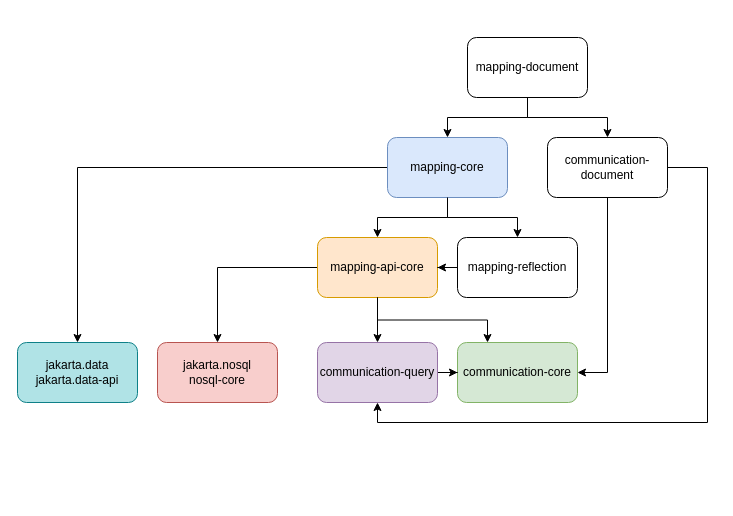
Above: page "第 2 页" (2 of 2) of store.drawio in zhongchun/daily (draw.io), before the change. Source tidied: cells renumbered, new cells numbered last; positions are measured from the earlier drawing's top-left corner, leaving out a move shared by most shapes. Both pictures are drawn from the tidied source at 100%, with x=0, y=0 at pixel (17, 37).
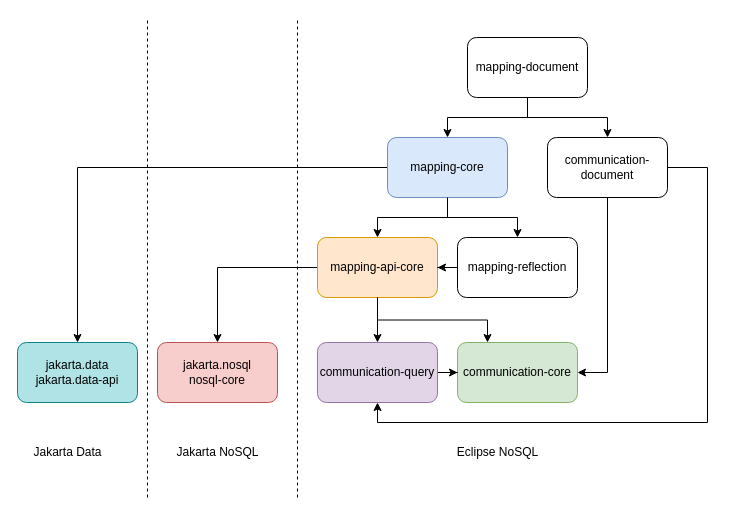
Above is the later version.

What changed in the source:
```diff
@@
+    <mxCell id="23" style="endArrow=none;dashed=1;html=1;rounded=0;" parent="1" edge="1">
+      <mxGeometry relative="1" as="geometry">
+        <mxPoint x="280" y="460" as="sourcePoint" />
+        <mxPoint x="280" y="-20" as="targetPoint" />
+      </mxGeometry>
+    </mxCell>
+    <mxCell id="24" style="endArrow=none;dashed=1;html=1;rounded=0;" parent="1" edge="1">
+      <mxGeometry relative="1" as="geometry">
+        <mxPoint x="130" y="460" as="sourcePoint" />
+        <mxPoint x="130" y="-20" as="targetPoint" />
+      </mxGeometry>
+    </mxCell>
+    <mxCell id="25" value="Eclipse NoSQL" style="text;html=1;align=center;verticalAlign=middle;strokeColor=none;fillColor=none;" parent="1" vertex="1">
+      <mxGeometry x="430" y="400" width="100" height="30" as="geometry" />
+    </mxCell>
+    <mxCell id="26" value="Jakarta NoSQL" style="text;html=1;align=center;verticalAlign=middle;strokeColor=none;fillColor=none;" parent="1" vertex="1">
+      <mxGeometry x="145" y="400" width="110" height="30" as="geometry" />
+    </mxCell>
+    <mxCell id="27" value="Jakarta Data" style="text;html=1;align=center;verticalAlign=middle;strokeColor=none;fillColor=none;" parent="1" vertex="1">
+      <mxGeometry x="5" y="400" width="90" height="30" as="geometry" />
+    </mxCell>
```
